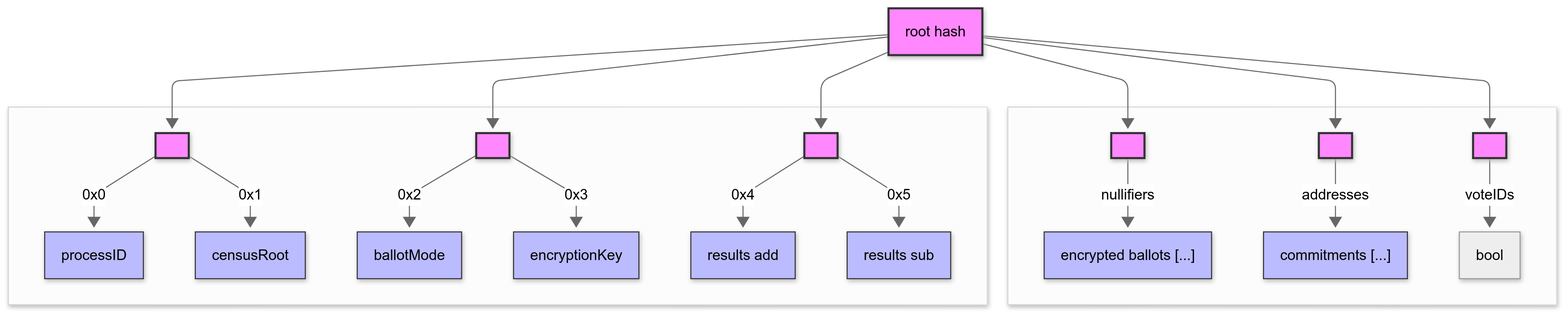
This is v2/figures/mt-state-mermaid.png from vocdoni/davinci-paper, a Mermaid export, as it was before one commit. Its source is kept beside it as v2/figures/mt-state-mermaid.mmd. The source it was exported from:
```mermaid
---
config:
  theme: neutral
---
flowchart TB
 subgraph s1[" "]
        NInt[" "]
        EInt[" "]
        n1[" "]
        EB["encrypted ballots [...]"]
        A["commitments [...]"]
        V["bool"]
  end
 subgraph s2[" "]
        SI1[" "]
        SIA[" "]
        SIB[" "]
        P0["processID"]
        P1["censusRoot"]
        P2["ballotMode"]
        P3["encryptionKey"]
        P4["results add"]
        P5["results sub"]
  end
    Root["root hash"] --> NInt & EInt & n1 & SI1 & SIA & SIB
    SI1 -- 0x0 --> P0
    SI1 -- 0x1 --> P1
    SIA -- 0x2 --> P2
    SIA -- 0x3 --> P3
    SIB -- 0x4 --> P4
    SIB -- 0x5 --> P5
    NInt -- nullifiers --> EB
    EInt -- addresses --> A
    n1 -- voteIDs --> V
    n2[" "]
    n1@{ shape: rect}
    n2@{ shape: text}
     NInt:::internal
     EInt:::internal
     n1:::internal
     EB:::leaf
     A:::leaf
     A:::leaf
     V:::leaf
     V:::empty
     SI1:::internal
     SIA:::internal
     SIB:::internal
     P0:::leaf
     P1:::leaf
     P2:::leaf
     P3:::leaf
     P4:::leaf
     P5:::leaf
     Root:::internal
    classDef internal fill:#f8f,stroke:#333,stroke-width:2px
    classDef leaf     fill:#bbf,stroke:#333,stroke-width:1px
    classDef empty    fill:#eee, stroke:#999,# stroke-dasharray:5 5
```
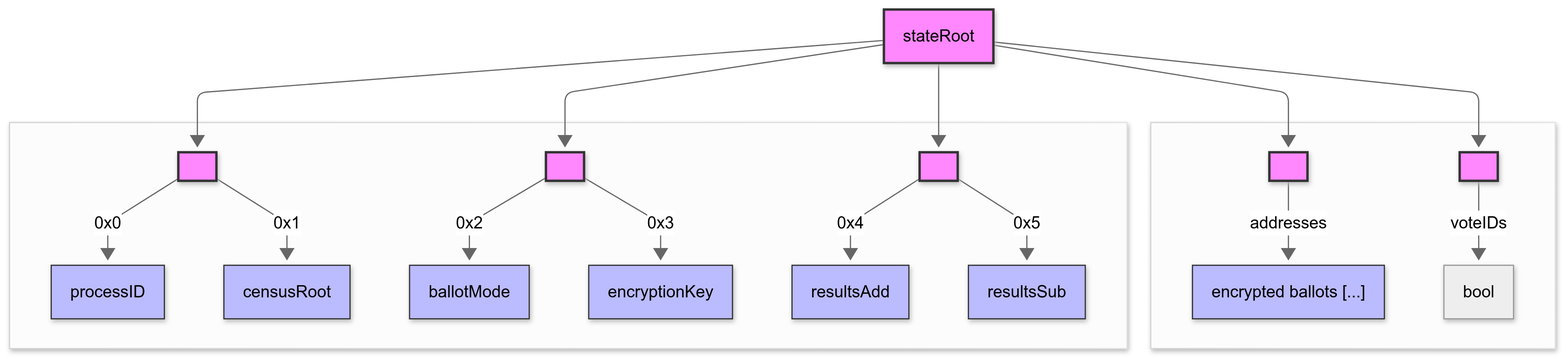
The same file after the commit.

Diff of the diagram source:
```diff
@@ -5,10 +5,8 @@
 flowchart TB
  subgraph s1[" "]
         NInt[" "]
-        EInt[" "]
         n1[" "]
         EB["encrypted ballots [...]"]
-        A["commitments [...]"]
         V["bool"]
   end
  subgraph s2[" "]
@@ -19,28 +17,24 @@
         P1["censusRoot"]
         P2["ballotMode"]
         P3["encryptionKey"]
-        P4["results add"]
-        P5["results sub"]
+        P4["resultsAdd"]
+        P5["resultsSub"]
   end
-    Root["root hash"] --> NInt & EInt & n1 & SI1 & SIA & SIB
+    Root["stateRoot"] --> NInt & n1 & SI1 & SIA & SIB
     SI1 -- 0x0 --> P0
     SI1 -- 0x1 --> P1
     SIA -- 0x2 --> P2
     SIA -- 0x3 --> P3
     SIB -- 0x4 --> P4
     SIB -- 0x5 --> P5
-    NInt -- nullifiers --> EB
-    EInt -- addresses --> A
+    NInt -- addresses --> EB
     n1 -- voteIDs --> V
     n2[" "]
     n1@{ shape: rect}
     n2@{ shape: text}
      NInt:::internal
-     EInt:::internal
      n1:::internal
      EB:::leaf
-     A:::leaf
-     A:::leaf
      V:::leaf
      V:::empty
      SI1:::internal
```
